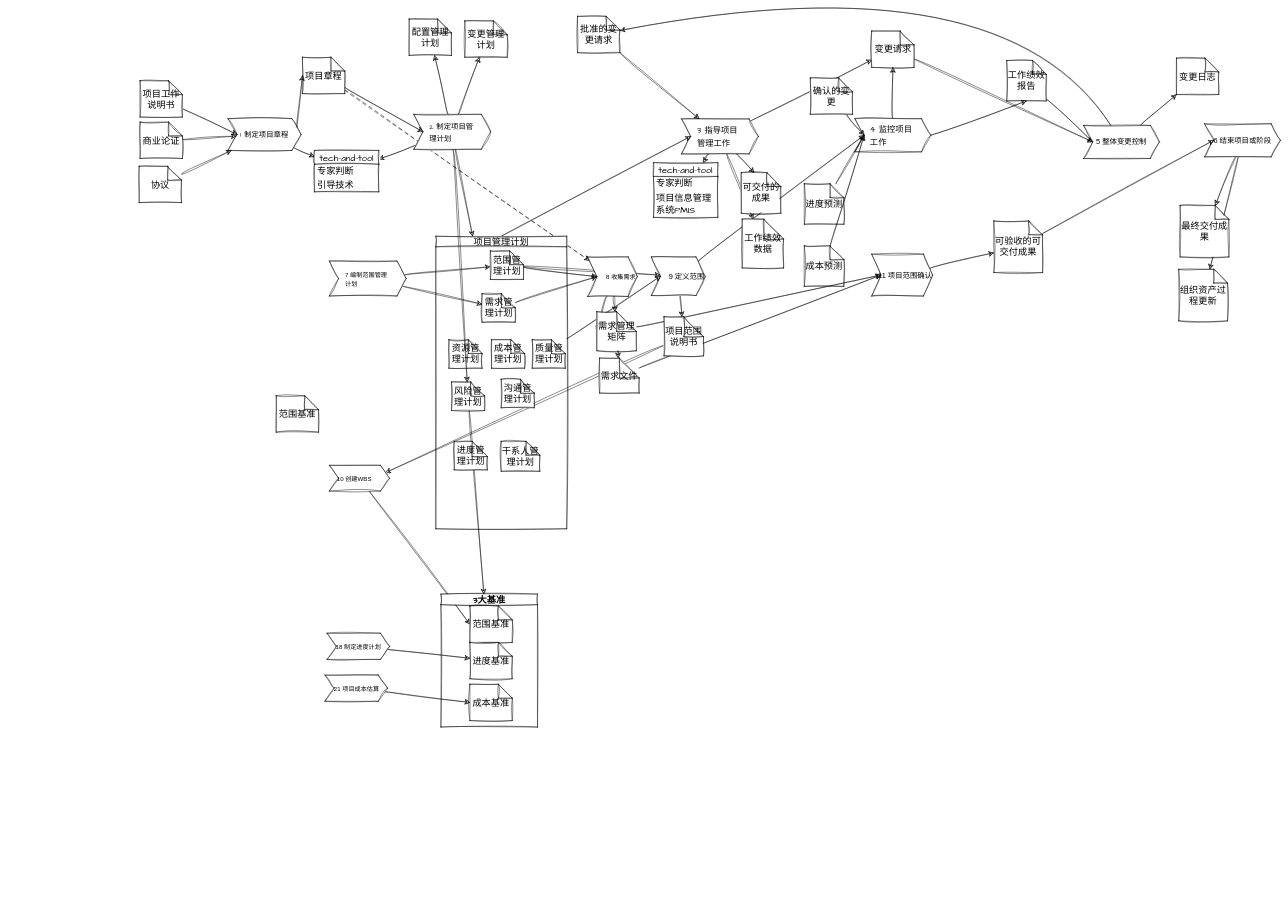
Before: 软考中级.drawio in lzdong0714/note, a draw.io diagram. Source tidied: cells renumbered, new cells numbered last; positions are measured from the earlier drawing's top-left corner, leaving out a move shared by most shapes. Both pictures are drawn from the tidied source at 46%, with x=0, y=0 at pixel (139, -42).
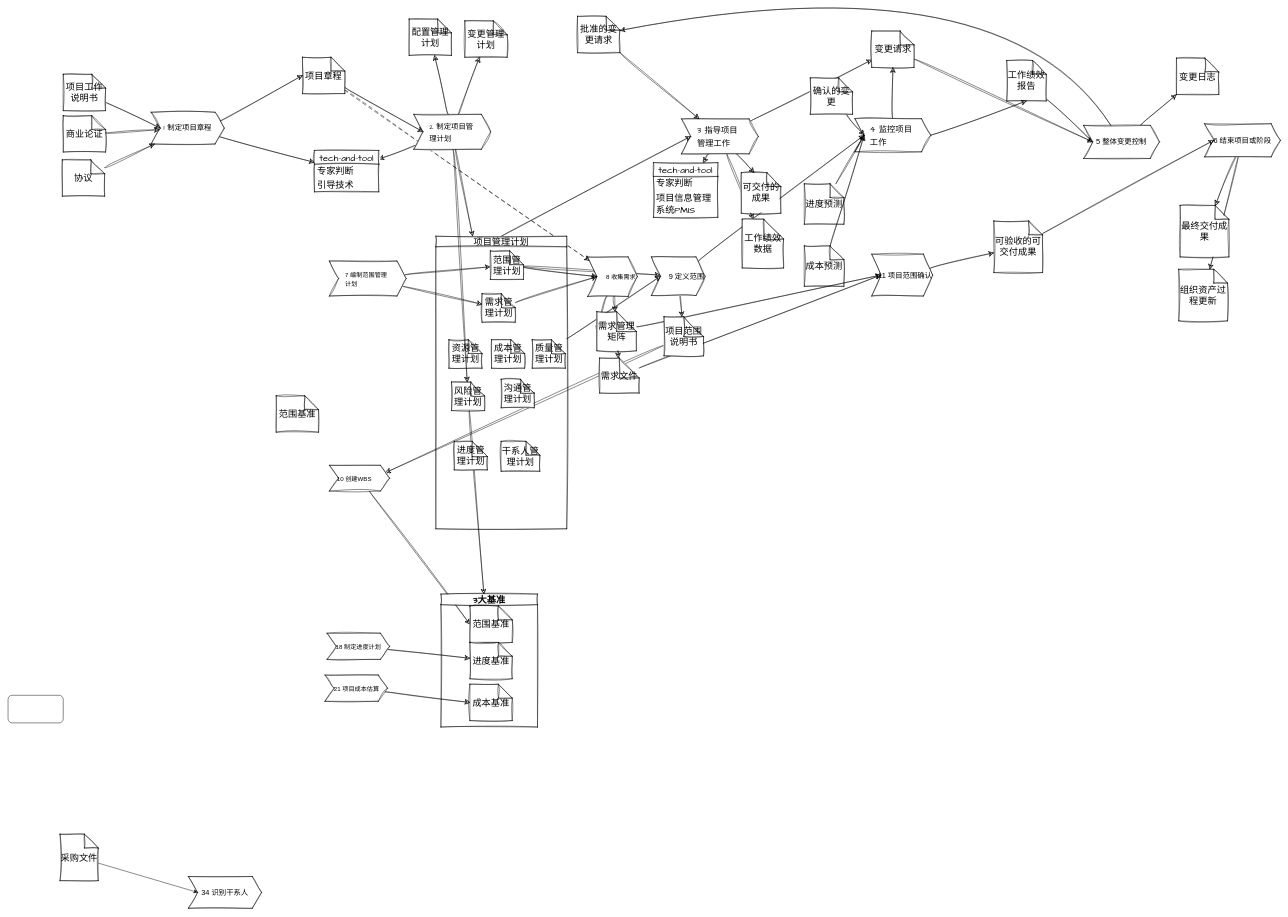
The same diagram, later.

Commit message (it also covers changes not shown here):
更新软考中级.drawio

Change to the diagram source:
```diff
@@
     <mxCell id="7" value="&lt;font face=&quot;Architects Daughter&quot;&gt;1 制定项目章程&lt;/font&gt;" style="shape=step;perimeter=stepPerimeter;whiteSpace=wrap;html=1;fixedSize=1;fontSize=16;sketch=1;curveFitting=1;jiggle=2;" parent="1" vertex="1">
-      <mxGeometry x="193" y="349.5" width="159" height="69" as="geometry" />
+      <mxGeometry x="26" y="335.5" width="159" height="69" as="geometry" />
     </mxCell>
@@
     <mxCell id="9" value="项目工作说明书" style="shape=note;whiteSpace=wrap;html=1;backgroundOutline=1;darkOpacity=0.05;hachureGap=4;fontFamily=Architects Daughter;fontSize=20;sketch=1;curveFitting=1;jiggle=2;" parent="1" vertex="1">
-      <mxGeometry x="2" y="267" width="92" height="79" as="geometry" />
+      <mxGeometry x="-165" y="253" width="92" height="79" as="geometry" />
     </mxCell>
@@
     <mxCell id="11" value="商业论证" style="shape=note;whiteSpace=wrap;html=1;backgroundOutline=1;darkOpacity=0.05;hachureGap=4;fontFamily=Architects Daughter;fontSize=20;sketch=1;curveFitting=1;jiggle=2;" parent="1" vertex="1">
-      <mxGeometry x="2" y="357" width="92" height="79" as="geometry" />
+      <mxGeometry x="-165" y="343" width="92" height="79" as="geometry" />
     </mxCell>
@@
     <mxCell id="13" value="协议" style="shape=note;whiteSpace=wrap;html=1;backgroundOutline=1;darkOpacity=0.05;hachureGap=4;fontFamily=Architects Daughter;fontSize=20;sketch=1;curveFitting=1;jiggle=2;" parent="1" vertex="1">
-      <mxGeometry y="453" width="92" height="79" as="geometry" />
+      <mxGeometry x="-167" y="439" width="92" height="79" as="geometry" />
     </mxCell>
@@
+    <mxCell id="106" value="&lt;div data-mind-map-text=&quot;[{&amp;quot;paragraphProps&amp;quot;:{&amp;quot;type&amp;quot;:&amp;quot;paragraph&amp;quot;,&amp;quot;textAlign&amp;quot;:0,&amp;quot;lineSpacing&amp;quot;:1.4},&amp;quot;isComplete&amp;quot;:true,&amp;quot;textProps&amp;quot;:[{&amp;quot;type&amp;quot;:&amp;quot;text&amp;quot;,&amp;quot;text&amp;quot;:&amp;quot;34 识别干系人&amp;quot;,&amp;quot;color&amp;quot;:&amp;quot;#1f1f1f&amp;quot;,&amp;quot;fontWeight&amp;quot;:400,&amp;quot;fontSize&amp;quot;:14,&amp;quot;fontFamily&amp;quot;:&amp;quot;\&amp;quot;Helvetica Neue\&amp;quot;, Helvetica, \&amp;quot;PingFang SC\&amp;quot;, \&amp;quot;Microsoft YaHei\&amp;quot;, \&amp;quot;Source Han Sans SC\&amp;quot;, \&amp;quot;Noto Sans CJK SC\&amp;quot;, \&amp;quot;WenQuanYi Micro Hei\&amp;quot;, sans-serif&amp;quot;,&amp;quot;italic&amp;quot;:false,&amp;quot;underline&amp;quot;:false,&amp;quot;strike&amp;quot;:false}]}]&quot;&gt;34 识别干系人&lt;/div&gt;" style="shape=step;perimeter=stepPerimeter;whiteSpace=wrap;html=1;fixedSize=1;fontSize=16;sketch=1;curveFitting=1;jiggle=2;" parent="1" vertex="1">
+      <mxGeometry x="107" y="1997" width="159" height="69" as="geometry" />
+    </mxCell>
+    <mxCell id="107" style="rounded=0;jettySize=auto;html=1;entryX=0;entryY=0.5;entryDx=0;entryDy=0;" parent="1" edge="1" source="108" target="106">
+      <mxGeometry relative="1" as="geometry" />
+    </mxCell>
+    <mxCell id="108" value="采购文件" style="shape=note;whiteSpace=wrap;html=1;backgroundOutline=1;darkOpacity=0.05;hachureGap=4;fontFamily=Architects Daughter;fontSize=20;sketch=1;curveFitting=1;jiggle=2;" parent="1" vertex="1">
+      <mxGeometry x="-172" y="1905" width="83" height="101" as="geometry" />
+    </mxCell>
+    <mxCell id="109" style="rounded=1;whiteSpace=wrap;html=1;" parent="1" vertex="1">
+      <mxGeometry x="-285" y="1603" width="120" height="60" as="geometry" />
+    </mxCell>
```
